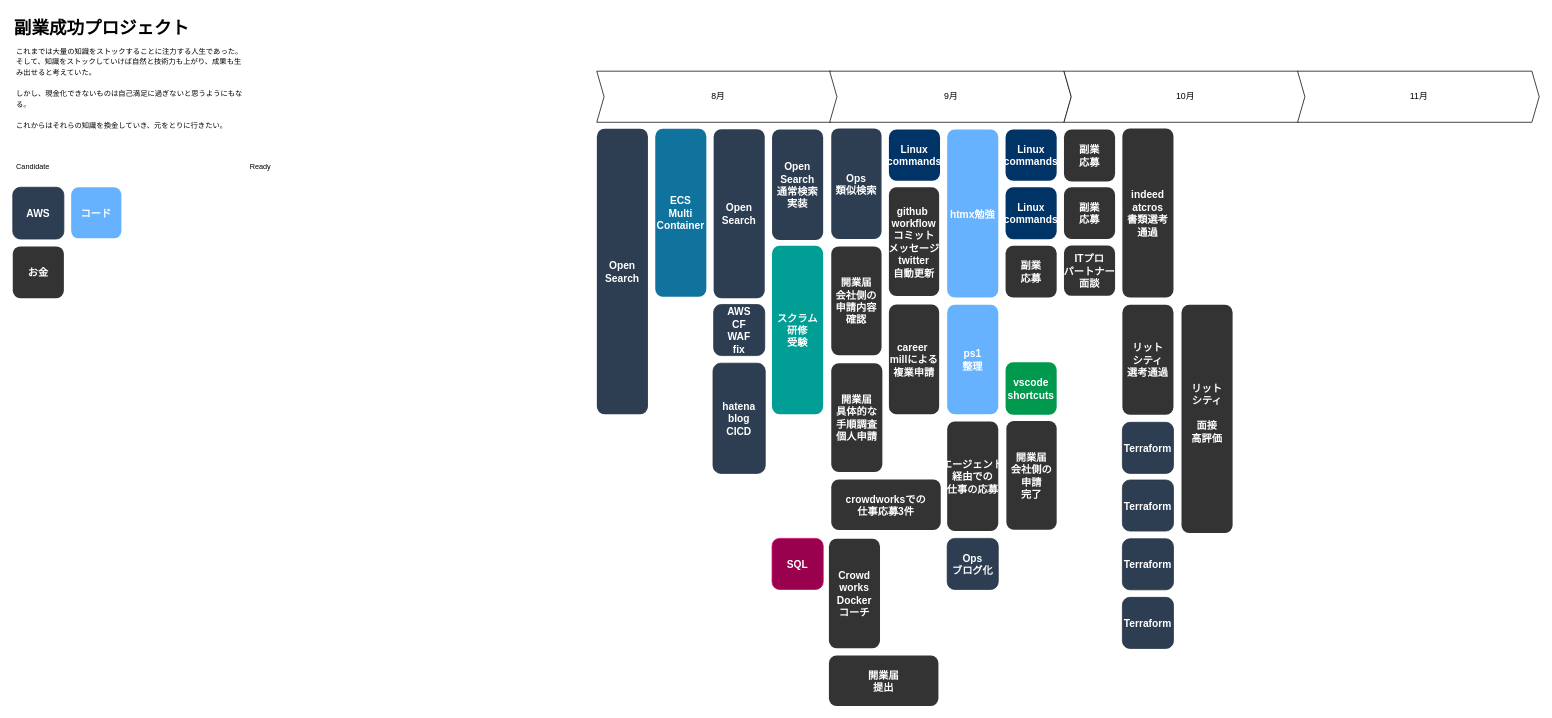
The draw.io diagram page "2024year" (2 of 3) of life/life_202408.drawio in minegishirei/draw_v1, before the edit. Source tidied: cells renumbered, new cells numbered last; positions are measured from the earlier drawing's top-left corner, leaving out a move shared by most shapes. Both pictures are drawn from the tidied source at 73%, with x=0, y=0 at pixel (12, 12).
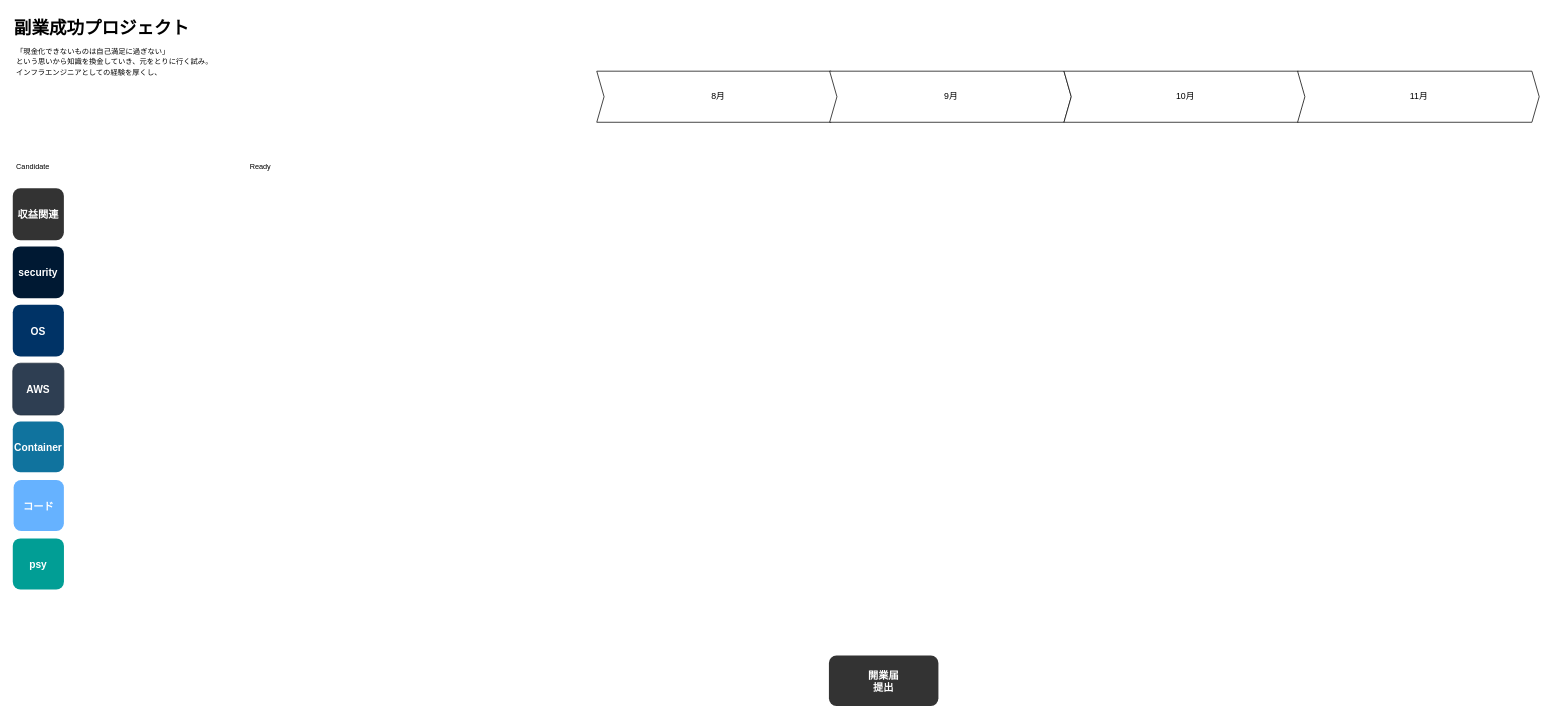
After the change.

What changed in the source:
```diff
@@
-    <mxCell id="6" value="Open&#10;Search" style="rounded=1;fillColor=#2E3E52;strokeColor=none;shadow=0;gradientColor=none;fontStyle=1;fontColor=#FFFFFF;fontSize=14;" parent="1" vertex="1">
-      <mxGeometry x="800.1" y="159" width="70" height="391" as="geometry" />
-    </mxCell>
-    <mxCell id="7" value="ECS&#10;Multi&#10;Container" style="rounded=1;fillColor=#10739E;strokeColor=none;shadow=0;gradientColor=none;fontStyle=1;fontColor=#FFFFFF;fontSize=14;" parent="1" vertex="1">
-      <mxGeometry x="880.1" y="159" width="70" height="230" as="geometry" />
+    <mxCell id="7" value="Container" style="rounded=1;fillColor=#10739E;strokeColor=none;shadow=0;gradientColor=none;fontStyle=1;fontColor=#FFFFFF;fontSize=14;" parent="1" vertex="1">
+      <mxGeometry y="560" width="70" height="69.5" as="geometry" />
     </mxCell>
-    <mxCell id="8" value="Open&#10;Search" style="rounded=1;fillColor=#2E3E52;strokeColor=none;shadow=0;gradientColor=none;fontStyle=1;fontColor=#FFFFFF;fontSize=14;" parent="1" vertex="1">
-      <mxGeometry x="960.1" y="159.4" width="70" height="231.6" as="geometry" />
-    </mxCell>
-    <mxCell id="9" value="AWS&#10;CF&#10;WAF&#10;fix" style="rounded=1;fillColor=#2E3E52;strokeColor=#232F3E;shadow=0;gradientColor=none;fontStyle=1;fontColor=#FFFFFF;fontSize=14;" parent="1" vertex="1">
-      <mxGeometry x="960.1" y="399.6" width="70" height="70" as="geometry" />
-    </mxCell>
-    <mxCell id="10" value="&lt;h1&gt;&lt;/h1&gt;&lt;span style=&quot;background-color: initial;&quot;&gt;&lt;div style=&quot;&quot;&gt;&lt;span style=&quot;background-color: initial; font-size: x-small;&quot;&gt;これまでは大量の知識をストックすることに注力する人生であった。&lt;/span&gt;&lt;br&gt;&lt;/div&gt;&lt;div style=&quot;&quot;&gt;&lt;font size=&quot;1&quot;&gt;そして、知識をストックしていけば自然と技術力も上がり、成果も生み出せると考えていた。&lt;/font&gt;&lt;/div&gt;&lt;div style=&quot;&quot;&gt;&lt;font size=&quot;1&quot;&gt;&lt;br&gt;&lt;/font&gt;&lt;/div&gt;&lt;div style=&quot;&quot;&gt;&lt;font size=&quot;1&quot;&gt;しかし、現金化できないものは自己満足に過ぎないと思うようにもなる。&lt;/font&gt;&lt;/div&gt;&lt;div style=&quot;&quot;&gt;&lt;font size=&quot;1&quot;&gt;&lt;br&gt;&lt;/font&gt;&lt;/div&gt;&lt;div style=&quot;&quot;&gt;&lt;font size=&quot;1&quot;&gt;これからはそれらの知識を換金していき、元をとりに行きたい。&lt;/font&gt;&lt;/div&gt;&lt;/span&gt;" style="text;html=1;strokeColor=none;fillColor=none;spacing=5;spacingTop=-20;whiteSpace=wrap;overflow=hidden;rounded=0;shadow=0;" parent="1" vertex="1">
+    <mxCell id="10" value="&lt;h1&gt;&lt;/h1&gt;&lt;span style=&quot;background-color: initial;&quot;&gt;&lt;div style=&quot;&quot;&gt;&lt;span style=&quot;font-size: x-small; background-color: initial;&quot;&gt;「現金化できないものは自己満足に過ぎない」&lt;/span&gt;&lt;/div&gt;&lt;div style=&quot;&quot;&gt;&lt;span style=&quot;font-size: x-small; background-color: initial;&quot;&gt;という思いから&lt;/span&gt;&lt;span style=&quot;font-size: x-small; background-color: initial;&quot;&gt;知識を換金していき、元をとりに行く試み。&lt;/span&gt;&lt;/div&gt;&lt;div style=&quot;&quot;&gt;&lt;span style=&quot;font-size: x-small; background-color: initial;&quot;&gt;インフラエンジニアとしての経験を厚くし、&lt;/span&gt;&lt;/div&gt;&lt;div style=&quot;&quot;&gt;&lt;span style=&quot;font-size: x-small; background-color: initial;&quot;&gt;&lt;br&gt;&lt;/span&gt;&lt;/div&gt;&lt;div style=&quot;&quot;&gt;&lt;span style=&quot;font-size: x-small; background-color: initial;&quot;&gt;&lt;br&gt;&lt;/span&gt;&lt;/div&gt;&lt;/span&gt;" style="text;html=1;strokeColor=none;fillColor=none;spacing=5;spacingTop=-20;whiteSpace=wrap;overflow=hidden;rounded=0;shadow=0;" parent="1" vertex="1">
       <mxGeometry y="40" width="320" height="130" as="geometry" />
     </mxCell>
-    <mxCell id="11" value="hatena&#10;blog&#10;CICD" style="rounded=1;fillColor=#2E3E52;strokeColor=#232F3E;shadow=0;gradientColor=none;fontStyle=1;fontColor=#FFFFFF;fontSize=14;" parent="1" vertex="1">
-      <mxGeometry x="959.2" y="480" width="71.6" height="151" as="geometry" />
-    </mxCell>
@@
-    <mxCell id="13" value="Open&#10;Search&#10;通常検索&#10;実装" style="rounded=1;fillColor=#2E3E52;strokeColor=none;shadow=0;gradientColor=none;fontStyle=1;fontColor=#FFFFFF;fontSize=14;" parent="1" vertex="1">
-      <mxGeometry x="1040.1" y="160" width="70" height="151.2" as="geometry" />
-    </mxCell>
-    <mxCell id="14" value="スクラム&#10;研修&#10;受験" style="rounded=1;fillColor=#019E95;strokeColor=none;shadow=0;gradientColor=none;fontStyle=1;fontColor=#FFFFFF;fontSize=14;" parent="1" vertex="1">
-      <mxGeometry x="1040" y="319.2" width="70.1" height="230.8" as="geometry" />
+    <mxCell id="14" value="psy" style="rounded=1;fillColor=#019E95;strokeColor=none;shadow=0;gradientColor=none;fontStyle=1;fontColor=#FFFFFF;fontSize=14;" parent="1" vertex="1">
+      <mxGeometry y="720" width="70.1" height="70" as="geometry" />
     </mxCell>
-    <mxCell id="15" value="SQL" style="rounded=1;fillColor=#99004D;strokeColor=#CC0066;shadow=0;gradientColor=none;fontStyle=1;fontColor=#FFFFFF;fontSize=14;" parent="1" vertex="1">
-      <mxGeometry x="1040.1" y="720" width="70.1" height="70" as="geometry" />
-    </mxCell>
-    <mxCell id="16" value="career &#10;millによる&#10;複業申請" style="rounded=1;fillColor=#333333;strokeColor=none;shadow=0;gradientColor=none;fontStyle=1;fontColor=#FFFFFF;fontSize=14;" parent="1" vertex="1">
-      <mxGeometry x="1200.2" y="399.6" width="68.8" height="150.4" as="geometry" />
-    </mxCell>
@@
-    <mxCell id="19" value="Ops&#10;類似検索" style="rounded=1;fillColor=#2E3E52;strokeColor=none;shadow=0;gradientColor=none;fontStyle=1;fontColor=#FFFFFF;fontSize=14;" parent="1" vertex="1">
-      <mxGeometry x="1121.2" y="158.4" width="68.9" height="151.6" as="geometry" />
-    </mxCell>
-    <mxCell id="20" value="開業届&#10;会社側の&#10;申請内容&#10;確認" style="rounded=1;fillColor=#333333;strokeColor=none;shadow=0;gradientColor=none;fontStyle=1;fontColor=#FFFFFF;fontSize=14;" parent="1" vertex="1">
-      <mxGeometry x="1121.2" y="320" width="68.9" height="149" as="geometry" />
-    </mxCell>
-    <mxCell id="21" value="開業届&#10;具体的な&#10;手順調査&#10;個人申請" style="rounded=1;fillColor=#333333;strokeColor=none;shadow=0;gradientColor=none;fontStyle=1;fontColor=#FFFFFF;fontSize=14;" parent="1" vertex="1">
-      <mxGeometry x="1121.2" y="480" width="70" height="149" as="geometry" />
-    </mxCell>
-    <mxCell id="22" value="crowdworksでの&#10;仕事応募3件" style="rounded=1;fillColor=#333333;strokeColor=none;shadow=0;gradientColor=none;fontStyle=1;fontColor=#FFFFFF;fontSize=14;" parent="1" vertex="1">
-      <mxGeometry x="1121.2" y="639.5" width="150" height="69" as="geometry" />
-    </mxCell>
@@
-    <mxCell id="24" value="Crowd&#10;works&#10;Docker&#10;コーチ" style="rounded=1;fillColor=#333333;strokeColor=none;shadow=0;gradientColor=none;fontStyle=1;fontColor=#FFFFFF;fontSize=14;" parent="1" vertex="1">
-      <mxGeometry x="1118" y="720.5" width="70" height="150" as="geometry" />
-    </mxCell>
-    <mxCell id="25" value="Linux&#10;commands" style="rounded=1;fillColor=#003366;strokeColor=none;shadow=0;gradientColor=none;fontStyle=1;fontColor=#FFFFFF;fontSize=14;" parent="1" vertex="1">
-      <mxGeometry x="1200.2" y="160" width="70" height="70" as="geometry" />
-    </mxCell>
-    <mxCell id="26" value="github &#10;workflow&#10;コミット&#10;メッセージ&#10;twitter&#10;自動更新" style="rounded=1;fillColor=#333333;strokeColor=none;shadow=0;gradientColor=none;fontStyle=1;fontColor=#FFFFFF;fontSize=14;" parent="1" vertex="1">
-      <mxGeometry x="1200.2" y="239" width="68.8" height="149" as="geometry" />
-    </mxCell>
-    <mxCell id="27" value="htmx勉強" style="rounded=1;fillColor=#66B2FF;strokeColor=none;shadow=0;gradientColor=none;fontStyle=1;fontColor=#FFFFFF;fontSize=14;" parent="1" vertex="1">
-      <mxGeometry x="1280" y="160" width="70" height="230" as="geometry" />
-    </mxCell>
-    <mxCell id="28" value="エージェント&#10;経由での&#10;仕事の応募" style="rounded=1;fillColor=#333333;strokeColor=none;shadow=0;gradientColor=none;fontStyle=1;fontColor=#FFFFFF;fontSize=14;" parent="1" vertex="1">
-      <mxGeometry x="1280" y="560" width="70" height="149.9" as="geometry" />
-    </mxCell>
     <mxCell id="29" value="コード" style="rounded=1;fillColor=#66B2FF;strokeColor=none;shadow=0;gradientColor=none;fontStyle=1;fontColor=#FFFFFF;fontSize=14;" parent="1" vertex="1">
-      <mxGeometry x="80" y="239" width="68.8" height="70" as="geometry" />
+      <mxGeometry x="1.2" y="640" width="68.8" height="70" as="geometry" />
     </mxCell>
-    <mxCell id="30" value="ps1&#10;整理" style="rounded=1;fillColor=#66B2FF;strokeColor=none;shadow=0;gradientColor=none;fontStyle=1;fontColor=#FFFFFF;fontSize=14;" parent="1" vertex="1">
-      <mxGeometry x="1280" y="400" width="70" height="150" as="geometry" />
-    </mxCell>
-    <mxCell id="31" value="Ops&#10;ブログ化" style="rounded=1;fillColor=#2E3E52;strokeColor=#232F3E;shadow=0;gradientColor=none;fontStyle=1;fontColor=#FFFFFF;fontSize=14;" parent="1" vertex="1">
-      <mxGeometry x="1280" y="720" width="70" height="70" as="geometry" />
-    </mxCell>
-    <mxCell id="32" value="Linux&#10;commands" style="rounded=1;fillColor=#003366;strokeColor=none;shadow=0;gradientColor=none;fontStyle=1;fontColor=#FFFFFF;fontSize=14;" parent="1" vertex="1">
-      <mxGeometry x="1360" y="160" width="70" height="70" as="geometry" />
-    </mxCell>
-    <mxCell id="33" value="副業&#10;応募" style="rounded=1;fillColor=#333333;strokeColor=none;shadow=0;gradientColor=none;fontStyle=1;fontColor=#FFFFFF;fontSize=14;" parent="1" vertex="1">
-      <mxGeometry x="1440" y="160" width="70" height="71" as="geometry" />
-    </mxCell>
-    <mxCell id="34" value="副業&#10;応募" style="rounded=1;fillColor=#333333;strokeColor=none;shadow=0;gradientColor=none;fontStyle=1;fontColor=#FFFFFF;fontSize=14;" parent="1" vertex="1">
-      <mxGeometry x="1360" y="319" width="70" height="71" as="geometry" />
-    </mxCell>
-    <mxCell id="35" value="お金" style="rounded=1;fillColor=#333333;strokeColor=none;shadow=0;gradientColor=none;fontStyle=1;fontColor=#FFFFFF;fontSize=14;" parent="1" vertex="1">
-      <mxGeometry y="320" width="70" height="71" as="geometry" />
+    <mxCell id="35" value="収益関連" style="rounded=1;fillColor=#333333;strokeColor=none;shadow=0;gradientColor=none;fontStyle=1;fontColor=#FFFFFF;fontSize=14;" parent="1" vertex="1">
+      <mxGeometry y="240.5" width="70" height="71" as="geometry" />
     </mxCell>
-    <mxCell id="36" value="Linux&#10;commands" style="rounded=1;fillColor=#003366;strokeColor=none;shadow=0;gradientColor=none;fontStyle=1;fontColor=#FFFFFF;fontSize=14;" parent="1" vertex="1">
-      <mxGeometry x="1360" y="239" width="70" height="71.2" as="geometry" />
+    <mxCell id="36" value="OS" style="rounded=1;fillColor=#003366;strokeColor=none;shadow=0;gradientColor=none;fontStyle=1;fontColor=#FFFFFF;fontSize=14;" parent="1" vertex="1">
+      <mxGeometry y="399.8" width="70" height="71.2" as="geometry" />
     </mxCell>
-    <mxCell id="37" value="vscode&#10;shortcuts" style="rounded=1;fillColor=#00994D;strokeColor=none;shadow=0;gradientColor=none;fontStyle=1;fontColor=#FFFFFF;fontSize=14;" parent="1" vertex="1">
-      <mxGeometry x="1360" y="478.8" width="70" height="71.9" as="geometry" />
-    </mxCell>
-    <mxCell id="38" value="ITプロ&#10;パートナー&#10;面談" style="rounded=1;fillColor=#333333;strokeColor=none;shadow=0;gradientColor=none;fontStyle=1;fontColor=#FFFFFF;fontSize=14;" parent="1" vertex="1">
-      <mxGeometry x="1440" y="318.8" width="70" height="69" as="geometry" />
-    </mxCell>
-    <mxCell id="39" value="開業届&#10;会社側の&#10;申請&#10;完了" style="rounded=1;fillColor=#333333;strokeColor=none;shadow=0;gradientColor=none;fontStyle=1;fontColor=#FFFFFF;fontSize=14;" parent="1" vertex="1">
-      <mxGeometry x="1361.1" y="559.2" width="68.9" height="149" as="geometry" />
-    </mxCell>
-    <mxCell id="40" value="副業&#10;応募" style="rounded=1;fillColor=#333333;strokeColor=none;shadow=0;gradientColor=none;fontStyle=1;fontColor=#FFFFFF;fontSize=14;" parent="1" vertex="1">
-      <mxGeometry x="1440" y="239" width="70" height="71" as="geometry" />
-    </mxCell>
-    <mxCell id="41" value="indeed&#10;atcros&#10;書類選考&#10;通過" style="rounded=1;fillColor=#333333;strokeColor=none;shadow=0;gradientColor=none;fontStyle=1;fontColor=#FFFFFF;fontSize=14;" parent="1" vertex="1">
-      <mxGeometry x="1520" y="158.4" width="70" height="231.6" as="geometry" />
-    </mxCell>
-    <mxCell id="42" value="Terraform" style="rounded=1;fillColor=#2E3E52;strokeColor=#232F3E;shadow=0;gradientColor=none;fontStyle=1;fontColor=#FFFFFF;fontSize=14;" parent="1" vertex="1">
-      <mxGeometry x="1520" y="800.8" width="70" height="70" as="geometry" />
-    </mxCell>
-    <mxCell id="43" value="Terraform" style="rounded=1;fillColor=#2E3E52;strokeColor=#232F3E;shadow=0;gradientColor=none;fontStyle=1;fontColor=#FFFFFF;fontSize=14;" parent="1" vertex="1">
-      <mxGeometry x="1520" y="720.5" width="70" height="70" as="geometry" />
-    </mxCell>
-    <mxCell id="44" value="Terraform" style="rounded=1;fillColor=#2E3E52;strokeColor=#232F3E;shadow=0;gradientColor=none;fontStyle=1;fontColor=#FFFFFF;fontSize=14;" parent="1" vertex="1">
-      <mxGeometry x="1520" y="561" width="70" height="70" as="geometry" />
-    </mxCell>
-    <mxCell id="45" value="Terraform" style="rounded=1;fillColor=#2E3E52;strokeColor=#232F3E;shadow=0;gradientColor=none;fontStyle=1;fontColor=#FFFFFF;fontSize=14;" parent="1" vertex="1">
-      <mxGeometry x="1520" y="640" width="70" height="70" as="geometry" />
-    </mxCell>
-    <mxCell id="46" value="リット&#10;シティ&#10;選考通過" style="rounded=1;fillColor=#333333;strokeColor=none;shadow=0;gradientColor=none;fontStyle=1;fontColor=#FFFFFF;fontSize=14;" parent="1" vertex="1">
-      <mxGeometry x="1520" y="400" width="70" height="150.6" as="geometry" />
-    </mxCell>
     <mxCell id="47" value="AWS" style="rounded=1;fillColor=#2E3E52;strokeColor=#232F3E;shadow=0;gradientColor=none;fontStyle=1;fontColor=#FFFFFF;fontSize=14;" parent="1" vertex="1">
-      <mxGeometry y="239" width="70" height="71" as="geometry" />
+      <mxGeometry y="480" width="70" height="71" as="geometry" />
     </mxCell>
-    <mxCell id="48" value="リット&#10;シティ&#10;&#10;面接&#10;高評価&#10;" style="rounded=1;fillColor=#333333;strokeColor=none;shadow=0;gradientColor=none;fontStyle=1;fontColor=#FFFFFF;fontSize=14;" parent="1" vertex="1">
-      <mxGeometry x="1601" y="400" width="70" height="312.6" as="geometry" />
-    </mxCell>
+    <mxCell id="49" value="security" style="rounded=1;fillColor=#001933;strokeColor=none;shadow=0;gradientColor=none;fontStyle=1;fontColor=#FFFFFF;fontSize=14;" parent="1" vertex="1">
+      <mxGeometry y="320" width="70" height="71.2" as="geometry" />
+    </mxCell>
```
